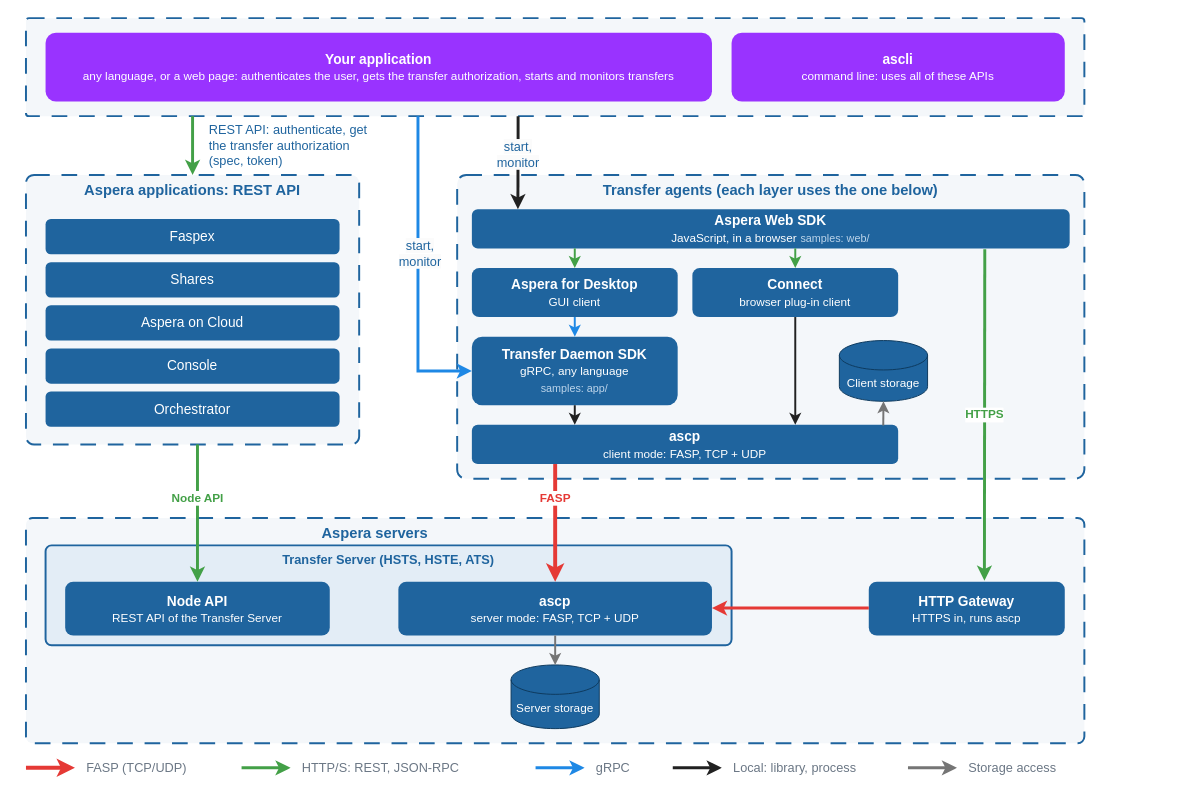
This is page "api-overview" (1 of 10) of guide/images/diagrams.drawio from laurent-martin/aspera-api-examples, a draw.io file, before an edit. Source tidied: cells renumbered, new cells numbered last; positions are measured from the earlier drawing's top-left corner, leaving out a move shared by most shapes. Both pictures are drawn from the tidied source at 98%, with x=0, y=0 at pixel (25, 18).
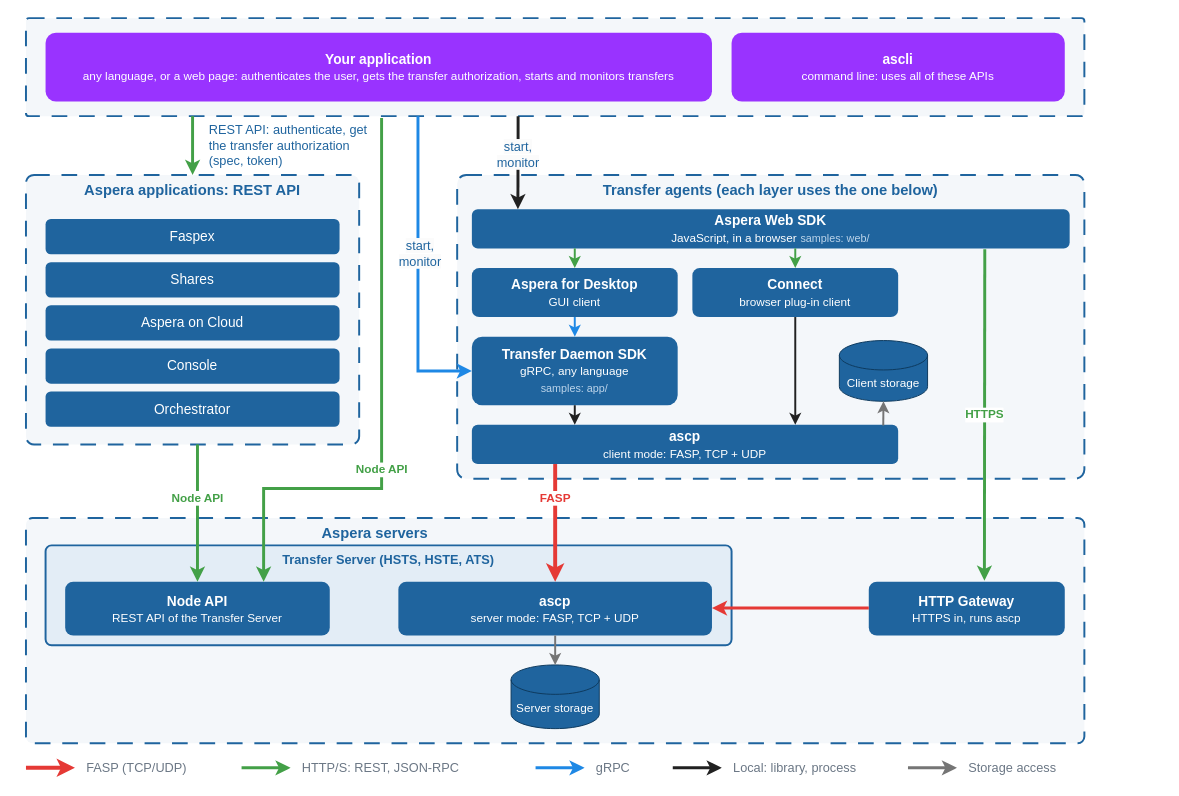
The same diagram, later.

Commit message (it also covers changes not shown here):
guide: choose your integration, API definitions, Faspex and AoC flows, troubleshooting, Mermaid sequences, vocabulary; AGENTS.md

Unchanged cells that the change refers to:
```xml
<mxCell id="2" style="rounded=1;whiteSpace=wrap;html=1;fillColor=#f4f7fa;strokeColor=#1f649e;strokeWidth=2;dashed=1;dashPattern=8 6;verticalAlign=top;fontStyle=1;fontSize=15;fontColor=#1f649e;fontFamily=Helvetica;arcSize=3;" parent="1" vertex="1">
  <mxGeometry width="1080" height="100" as="geometry" />
</mxCell>
<mxCell id="25" value="&lt;b&gt;Node API&lt;/b&gt;&lt;br&gt;&lt;font style='font-size:12px'&gt;REST API of the Transfer Server&lt;/font&gt;" style="rounded=1;whiteSpace=wrap;html=1;fillColor=#1f649e;fontColor=#ffffff;strokeColor=none;fontSize=14;fontFamily=Helvetica;" parent="1" vertex="1">
  <mxGeometry x="40" y="575" width="270" height="55" as="geometry" />
</mxCell>
```

Change to the diagram source:
```diff
@@
+    <mxCell id="51" value="Node API" style="html=1;rounded=0;endArrow=classic;endFill=1;strokeWidth=3;strokeColor=#43A047;fontSize=12;fontColor=#43A047;fontStyle=1;labelBackgroundColor=#ffffff;exitX=0.336;exitY=1.02;exitDx=0;exitDy=0;exitPerimeter=0;entryX=0.75;entryY=0;entryDx=0;entryDy=0;edgeStyle=orthogonalEdgeStyle;" parent="1" edge="1" source="2" target="25">
+      <mxGeometry x="0.21" relative="1" as="geometry">
+        <Array as="points">
+          <mxPoint x="363" y="480" />
+          <mxPoint x="243" y="480" />
+        </Array>
+      </mxGeometry>
+    </mxCell>
```
